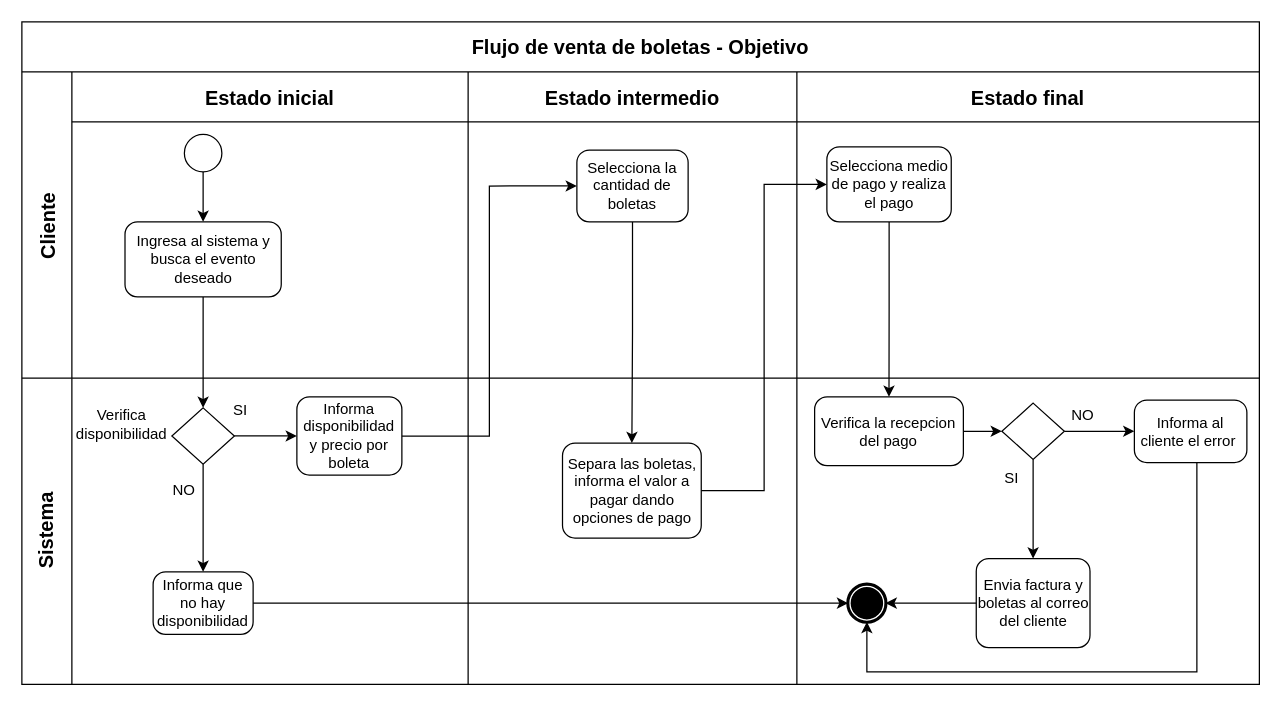
Earlier version of the draw.io diagram page "Venta - Objetivo" (2 of 6) of 1. Planear/Billett.drawio (sebek0823/billett). Source tidied: cells renumbered, new cells numbered last; positions are measured from the earlier drawing's top-left corner, leaving out a move shared by most shapes. Both pictures are drawn from the tidied source at 125%, with x=0, y=0 at pixel (21, 21).
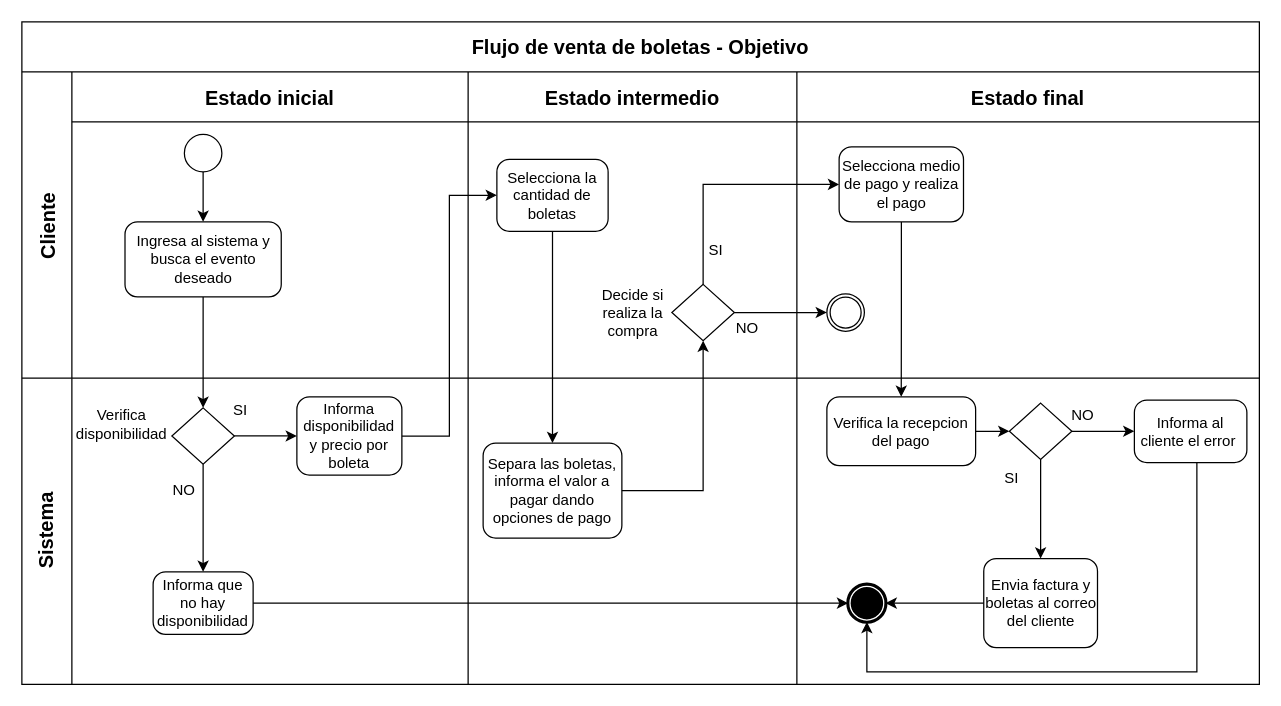
Above is the later version.

The change refers to these unchanged cells:
```xml
<mxCell id="2" value="Flujo de venta de boletas - Objetivo" style="shape=table;childLayout=tableLayout;startSize=40;fontSize=16;fontStyle=1;whiteSpace=wrap;" parent="1" vertex="1">
  <mxGeometry width="990" height="530" as="geometry" />
</mxCell>
<mxCell id="3" value="Cliente" style="shape=tableRow;horizontal=0;swimlaneHead=0;swimlaneBody=0;top=0;left=0;strokeColor=inherit;bottom=0;right=0;fontStyle=1;fillColor=none;startSize=40;fontSize=16;" parent="2" vertex="1">
  <mxGeometry y="40" width="990" height="245" as="geometry" />
</mxCell>
<mxCell id="8" value="Estado intermedio" style="swimlane;swimlaneHead=0;swimlaneBody=0;fontStyle=1;strokeColor=inherit;fillColor=none;startSize=40;fontSize=16;" parent="3" vertex="1">
  <mxGeometry x="357" width="263" height="245" as="geometry" />
</mxCell>
<mxCell id="10" value="Estado final" style="swimlane;swimlaneHead=0;swimlaneBody=0;fontStyle=1;strokeColor=inherit;fillColor=none;startSize=40;fontSize=16;" parent="3" vertex="1">
  <mxGeometry x="620" width="370" height="245" as="geometry" />
</mxCell>
<mxCell id="22" style="swimlane;swimlaneHead=0;swimlaneBody=0;fontStyle=1;strokeColor=inherit;fillColor=none;startSize=0;fontSize=16;" parent="12" vertex="1">
  <mxGeometry x="357" width="263" height="245" as="geometry" />
</mxCell>
<mxCell id="24" style="swimlane;swimlaneHead=0;swimlaneBody=0;fontStyle=1;strokeColor=inherit;fillColor=none;startSize=0;fontSize=16;" parent="12" vertex="1">
  <mxGeometry x="620" width="370" height="245" as="geometry" />
</mxCell>
```

What changed in the source:
```diff
@@
     <mxCell id="9" value="Selecciona la cantidad de boletas" style="points=[[0.25,0,0],[0.5,0,0],[0.75,0,0],[1,0.25,0],[1,0.5,0],[1,0.75,0],[0.75,1,0],[0.5,1,0],[0.25,1,0],[0,0.75,0],[0,0.5,0],[0,0.25,0]];shape=mxgraph.bpmn.task;whiteSpace=wrap;rectStyle=rounded;size=10;html=1;taskMarker=abstract;" parent="8" vertex="1">
-      <mxGeometry x="87" y="62.5" width="89" height="57.5" as="geometry" />
+      <mxGeometry x="23" y="70" width="89" height="57.5" as="geometry" />
     </mxCell>
+    <mxCell id="43" style="points=[[0.25,0.25,0],[0.5,0,0],[0.75,0.25,0],[1,0.5,0],[0.75,0.75,0],[0.5,1,0],[0.25,0.75,0],[0,0.5,0]];shape=mxgraph.bpmn.gateway2;html=1;verticalLabelPosition=bottom;labelBackgroundColor=#ffffff;verticalAlign=top;align=center;perimeter=rhombusPerimeter;outlineConnect=0;outline=none;symbol=none;" parent="8" vertex="1">
+      <mxGeometry x="163" y="170" width="50" height="45" as="geometry" />
+    </mxCell>
+    <mxCell id="44" value="Decide si realiza la compra" style="text;align=center;verticalAlign=middle;whiteSpace=wrap;rounded=0;" parent="8" vertex="1">
+      <mxGeometry x="101.5" y="177.5" width="60" height="30" as="geometry" />
+    </mxCell>
+    <mxCell id="45" value="SI" style="text;html=1;align=center;verticalAlign=middle;strokeColor=none;fillColor=none;" parent="8" vertex="1">
+      <mxGeometry x="183" y="127.5" width="30" height="30" as="geometry" />
+    </mxCell>
+    <mxCell id="46" value="NO" style="text;html=1;align=center;verticalAlign=middle;strokeColor=none;fillColor=none;" parent="8" vertex="1">
+      <mxGeometry x="203" y="190" width="40" height="30" as="geometry" />
+    </mxCell>
@@
     <mxCell id="11" value="Selecciona medio de pago y realiza el pago" style="points=[[0.25,0,0],[0.5,0,0],[0.75,0,0],[1,0.25,0],[1,0.5,0],[1,0.75,0],[0.75,1,0],[0.5,1,0],[0.25,1,0],[0,0.75,0],[0,0.5,0],[0,0.25,0]];shape=mxgraph.bpmn.task;whiteSpace=wrap;rectStyle=rounded;size=10;html=1;taskMarker=abstract;" parent="10" vertex="1">
-      <mxGeometry x="24" y="60" width="99.5" height="60" as="geometry" />
+      <mxGeometry x="33.8" y="60" width="99.5" height="60" as="geometry" />
     </mxCell>
+    <mxCell id="47" style="points=[[0.145,0.145,0],[0.5,0,0],[0.855,0.145,0],[1,0.5,0],[0.855,0.855,0],[0.5,1,0],[0.145,0.855,0],[0,0.5,0]];shape=mxgraph.bpmn.event;html=1;verticalLabelPosition=bottom;labelBackgroundColor=#ffffff;verticalAlign=top;align=center;perimeter=ellipsePerimeter;outlineConnect=0;outline=throwing;symbol=general;" parent="10" vertex="1">
+      <mxGeometry x="24" y="177.5" width="30" height="30" as="geometry" />
+    </mxCell>
+    <mxCell id="48" style="edgeStyle=orthogonalEdgeStyle;rounded=0;jettySize=auto;html=1;entryX=0;entryY=0.5;entryDx=0;entryDy=0;entryPerimeter=0;" parent="3" edge="1" source="43" target="11">
+      <mxGeometry relative="1" as="geometry">
+        <Array as="points">
+          <mxPoint x="545" y="90" />
+        </Array>
+      </mxGeometry>
+    </mxCell>
+    <mxCell id="49" style="edgeStyle=orthogonalEdgeStyle;rounded=0;jettySize=auto;html=1;" parent="3" edge="1" source="43" target="47">
+      <mxGeometry relative="1" as="geometry" />
+    </mxCell>
@@
     <mxCell id="23" value="Separa las boletas, informa el valor a pagar dando opciones de pago" style="points=[[0.25,0,0],[0.5,0,0],[0.75,0,0],[1,0.25,0],[1,0.5,0],[1,0.75,0],[0.75,1,0],[0.5,1,0],[0.25,1,0],[0,0.75,0],[0,0.5,0],[0,0.25,0]];shape=mxgraph.bpmn.task;whiteSpace=wrap;rectStyle=rounded;size=10;html=1;taskMarker=abstract;" parent="22" vertex="1">
-      <mxGeometry x="75.5" y="52" width="111" height="75.9" as="geometry" />
+      <mxGeometry x="12" y="52" width="111" height="75.9" as="geometry" />
     </mxCell>
@@
     <mxCell id="26" value="Verifica la recepcion del pago" style="points=[[0.25,0,0],[0.5,0,0],[0.75,0,0],[1,0.25,0],[1,0.5,0],[1,0.75,0],[0.75,1,0],[0.5,1,0],[0.25,1,0],[0,0.75,0],[0,0.5,0],[0,0.25,0]];shape=mxgraph.bpmn.task;whiteSpace=wrap;rectStyle=rounded;size=10;html=1;taskMarker=abstract;" parent="24" vertex="1">
-      <mxGeometry x="14.2" y="15" width="119" height="55" as="geometry" />
+      <mxGeometry x="24" y="15" width="119" height="55" as="geometry" />
     </mxCell>
@@
     <mxCell id="28" style="points=[[0.25,0.25,0],[0.5,0,0],[0.75,0.25,0],[1,0.5,0],[0.75,0.75,0],[0.5,1,0],[0.25,0.75,0],[0,0.5,0]];shape=mxgraph.bpmn.gateway2;html=1;verticalLabelPosition=bottom;labelBackgroundColor=#ffffff;verticalAlign=top;align=center;perimeter=rhombusPerimeter;outlineConnect=0;outline=none;symbol=none;" parent="24" vertex="1">
-      <mxGeometry x="164" y="20" width="50" height="45" as="geometry" />
+      <mxGeometry x="170" y="20" width="50" height="45" as="geometry" />
     </mxCell>
@@
     <mxCell id="30" value="Envia factura y boletas al correo del cliente" style="points=[[0.25,0,0],[0.5,0,0],[0.75,0,0],[1,0.25,0],[1,0.5,0],[1,0.75,0],[0.75,1,0],[0.5,1,0],[0.25,1,0],[0,0.75,0],[0,0.5,0],[0,0.25,0]];shape=mxgraph.bpmn.task;whiteSpace=wrap;rectStyle=rounded;size=10;html=1;taskMarker=abstract;" parent="24" vertex="1">
-      <mxGeometry x="143.5" y="144.4" width="91" height="71.2" as="geometry" />
+      <mxGeometry x="149.5" y="144.4" width="91" height="71.2" as="geometry" />
     </mxCell>
@@
-    <mxCell id="42" style="edgeStyle=orthogonalEdgeStyle;rounded=0;jettySize=auto;html=1;entryX=0;entryY=0.5;entryDx=0;entryDy=0;entryPerimeter=0;" parent="2" edge="1" source="23" target="11">
-      <mxGeometry relative="1" as="geometry" />
-    </mxCell>
+    <mxCell id="50" style="edgeStyle=orthogonalEdgeStyle;rounded=0;jettySize=auto;html=1;entryX=0.5;entryY=1;entryDx=0;entryDy=0;entryPerimeter=0;" parent="2" edge="1" source="23" target="43">
+      <mxGeometry relative="1" as="geometry" />
+    </mxCell>
```
